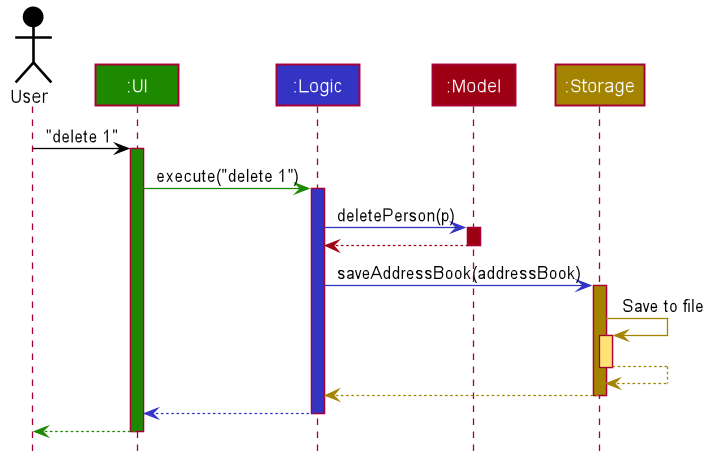
The PlantUML diagram docs/images/ArchitectureSequenceDiagram.png in nus-cs2103-AY2223S2/tp, before a commit.
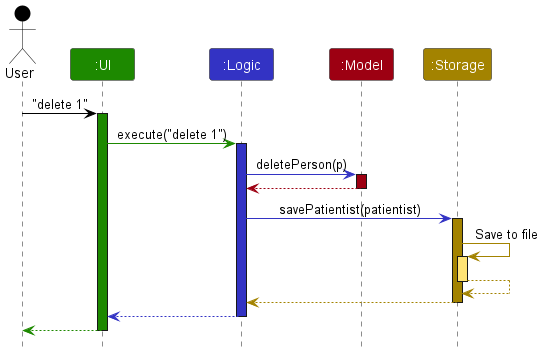
After the commit.

Commit message:
Update DG with UML diagrams for description of Wards, and update UML diagram for Model package

Change to the diagram source:
```diff
@@ -1,85 +1,38 @@
 @startuml
+!include style.puml
 
+Actor User as user USER_COLOR
+Participant ":UI" as ui UI_COLOR
+Participant ":Logic" as logic LOGIC_COLOR
+Participant ":Model" as model MODEL_COLOR
+Participant ":Storage" as storage STORAGE_COLOR
 
+user -[USER_COLOR]> ui : "delete 1"
+activate ui UI_COLOR
 
+ui -[UI_COLOR]> logic : execute("delete 1")
+activate logic LOGIC_COLOR
 
+logic -[LOGIC_COLOR]> model : deletePerson(p)
+activate model MODEL_COLOR
 
-
-
-
-skinparam BackgroundColor #FFFFFFF
-
-skinparam Shadowing false
-
-skinparam Class {
-    FontColor #FFFFFF
-    BorderThickness 1
-    BorderColor #FFFFFF
-    StereotypeFontColor #FFFFFF
-    FontName Arial
-}
-
-skinparam Actor {
-    BorderColor #000000
-    Color #000000
-    FontName Arial
-}
-
-skinparam Sequence {
-    MessageAlign center
-    BoxFontSize 15
-    BoxPadding 0
-    BoxFontColor #FFFFFF
-    FontName Arial
-}
-
-skinparam Participant {
-    FontColor #FFFFFFF
-    Padding 20
-}
-
-skinparam MinClassWidth 50
-skinparam ParticipantPadding 10
-skinparam Shadowing false
-skinparam DefaultTextAlignment center
-skinparam packageStyle Rectangle
-
-hide footbox
-hide members
-hide circle
-
-Actor User as user #000000
-Participant ":UI" as ui #1D8900
-Participant ":Logic" as logic #3333C4
-Participant ":Model" as model #9D0012
-Participant ":Storage" as storage #A38300
-
-user -[#000000]> ui : "delete 1"
-activate ui #1D8900
-
-ui -[#1D8900]> logic : execute("delete 1")
-activate logic #3333C4
-
-logic -[#3333C4]> model : deletePerson(p)
-activate model #9D0012
-
-model -[#9D0012]-> logic
+model -[MODEL_COLOR]-> logic
 deactivate model
 
-logic -[#3333C4]> storage : saveAddressBook(addressBook)
-activate storage #A38300
+logic -[LOGIC_COLOR]> storage : savePatientist(patientist)
+activate storage STORAGE_COLOR
 
-storage -[#A38300]> storage : Save to file
-activate storage #FFE374
-storage --[#A38300]> storage
+storage -[STORAGE_COLOR]> storage : Save to file
+activate storage STORAGE_COLOR_T1
+storage --[STORAGE_COLOR]> storage
 deactivate storage
 
-storage --[#A38300]> logic
+storage --[STORAGE_COLOR]> logic
 deactivate storage
 
-logic --[#3333C4]> ui
+logic --[LOGIC_COLOR]> ui
 deactivate logic
 
-ui--[#1D8900]> user
+ui--[UI_COLOR]> user
 deactivate ui
 @enduml
```
